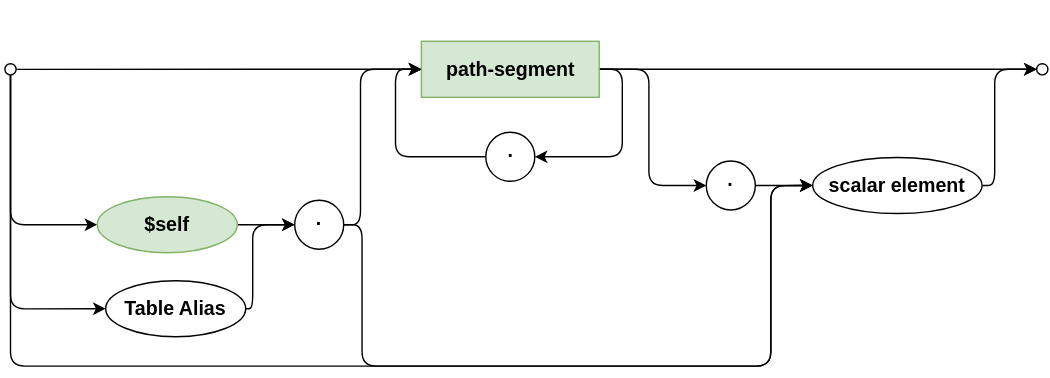
capire/docs keeps this draw.io diagram as assets/cxl/ref.drawio.svg. Above is the earlier version. Source tidied: cells renumbered, new cells last; positions are measured from the earlier drawing's top-left corner, leaving out a move shared by most shapes.
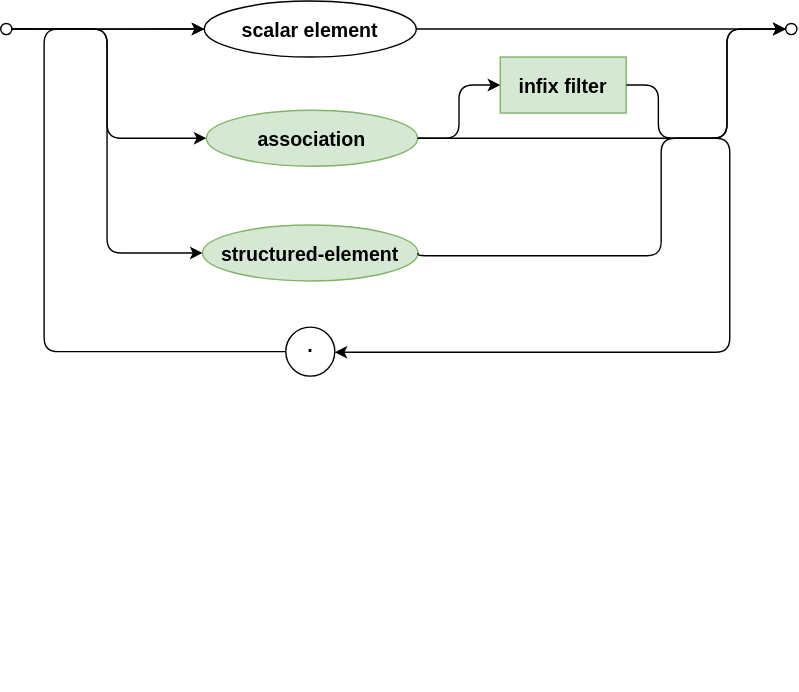
Later version of the same file.

Commit message:
update ref diagram and apply review feedback

The edit, as a diff of the source:
```diff
@@ -3,119 +3,93 @@
     <mxCell id="0" />
     <mxCell id="1" parent="0" />
     <mxCell id="2" value="Best viewed with the &lt;a href=&quot;https://github.com/ariel-bentu/tam-drawio&quot;&gt;TAM plugin&lt;/a&gt;" style="text;html=1;shape=tamPluginMissing;" parent="1" vertex="1">
-      <mxGeometry x="332" width="200" height="25" as="geometry" />
+      <mxGeometry x="268.5" y="497" width="200" height="25" as="geometry" />
     </mxCell>
-    <mxCell id="3" style="edgeStyle=none;html=1;entryX=0;entryY=0.5;entryDx=0;entryDy=0;strokeWidth=1;fontSize=14;verticalAlign=middle;fontStyle=1;textDirection=ltr;" parent="1" edge="1" source="4" target="21">
+    <mxCell id="3" style="edgeStyle=none;html=1;entryX=0;entryY=0.5;entryDx=0;entryDy=0;strokeWidth=1;fontSize=14;verticalAlign=middle;fontStyle=1;textDirection=ltr;" parent="1" edge="1" source="4" target="20">
       <mxGeometry relative="1" as="geometry" />
     </mxCell>
     <mxCell id="4" style="ellipse;whiteSpace=wrap;html=1;strokeWidth=1;fontSize=14;verticalAlign=middle;fontStyle=1;textDirection=ltr;" parent="1" vertex="1">
-      <mxGeometry y="45" width="8" height="8" as="geometry" />
+      <mxGeometry x="-29" y="45" width="8" height="8" as="geometry" />
     </mxCell>
-    <mxCell id="5" style="edgeStyle=none;html=1;exitX=1;exitY=0.5;exitDx=0;exitDy=0;entryX=0;entryY=0.5;entryDx=0;entryDy=0;strokeWidth=1;fontSize=14;verticalAlign=middle;fontStyle=1;textDirection=ltr;" parent="1" edge="1" source="18" target="8">
-      <mxGeometry relative="1" as="geometry" />
-    </mxCell>
-    <mxCell id="6" style="edgeStyle=elbowEdgeStyle;html=1;labelBackgroundColor=none;rounded=1;elbow=vertical;endArrow=classic;endFill=1;align=center;exitX=0.5;exitY=1;exitDx=0;exitDy=0;entryX=0;entryY=0.5;entryDx=0;entryDy=0;strokeWidth=1;fontSize=14;verticalAlign=middle;fontStyle=1;textDirection=ltr;" parent="1" edge="1" source="4" target="18">
-      <mxGeometry relative="1" as="geometry">
-        <Array as="points">
-          <mxPoint x="37" y="160" />
-        </Array>
-      </mxGeometry>
-    </mxCell>
-    <mxCell id="7" style="edgeStyle=none;html=1;entryX=0;entryY=0.5;entryDx=0;entryDy=0;exitX=1;exitY=0.5;exitDx=0;exitDy=0;strokeWidth=1;fontSize=14;verticalAlign=middle;fontStyle=1;textDirection=ltr;" parent="1" edge="1" source="21" target="10">
-      <mxGeometry relative="1" as="geometry" />
-    </mxCell>
-    <mxCell id="8" value="." style="ellipse;whiteSpace=wrap;html=1;fontStyle=1;fontSize=14;verticalAlign=top;spacingBottom=11;strokeWidth=1;textDirection=ltr;spacing=0;" parent="1" vertex="1">
-      <mxGeometry x="207" y="142.5" width="35" height="35" as="geometry" />
-    </mxCell>
-    <mxCell id="9" value="." style="ellipse;whiteSpace=wrap;html=1;fontStyle=1;fontSize=14;verticalAlign=top;spacingBottom=11;strokeWidth=1;textDirection=ltr;spacing=0;" parent="1" vertex="1">
-      <mxGeometry x="343.5" y="94" width="35" height="35" as="geometry" />
-    </mxCell>
     <mxCell id="10" style="ellipse;whiteSpace=wrap;html=1;strokeWidth=1;fontSize=14;verticalAlign=middle;fontStyle=1;textDirection=ltr;" parent="1" vertex="1">
-      <mxGeometry x="737" y="45" width="8" height="8" as="geometry" />
+      <mxGeometry x="532" y="45" width="8" height="8" as="geometry" />
     </mxCell>
-    <mxCell id="11" style="edgeStyle=none;html=1;entryX=0;entryY=0.5;entryDx=0;entryDy=0;exitX=1;exitY=0.5;exitDx=0;exitDy=0;strokeWidth=1;fontSize=14;verticalAlign=middle;fontStyle=1;textDirection=ltr;" parent="1" edge="1" source="12" target="20">
-      <mxGeometry relative="1" as="geometry" />
-    </mxCell>
-    <mxCell id="12" value="." style="ellipse;whiteSpace=wrap;html=1;fontStyle=1;fontSize=14;verticalAlign=top;spacingBottom=11;strokeWidth=1;textDirection=ltr;spacing=0;" parent="1" vertex="1">
-      <mxGeometry x="501" y="114.5" width="35" height="35" as="geometry" />
-    </mxCell>
     <mxCell id="13" style="edgeStyle=elbowEdgeStyle;html=1;labelBackgroundColor=none;rounded=1;elbow=horizontal;endArrow=classic;endFill=1;align=left;exitX=1;exitY=0.5;exitDx=0;exitDy=0;entryX=0;entryY=0.5;entryDx=0;entryDy=0;strokeWidth=1;fontSize=14;verticalAlign=middle;fontStyle=1;textDirection=ltr;" parent="1" edge="1" source="20" target="10">
-      <mxGeometry relative="1" as="geometry">
-        <Array as="points">
-          <mxPoint x="707" y="93" />
-        </Array>
-      </mxGeometry>
+      <mxGeometry relative="1" as="geometry" />
     </mxCell>
-    <mxCell id="14" style="edgeStyle=elbowEdgeStyle;html=1;labelBackgroundColor=none;rounded=1;elbow=horizontal;endArrow=classic;endFill=1;align=left;entryX=0;entryY=0.5;entryDx=0;entryDy=0;exitX=1;exitY=0.5;exitDx=0;exitDy=0;strokeWidth=1;fontSize=14;verticalAlign=middle;fontStyle=1;textDirection=ltr;" parent="1" edge="1" source="19" target="8">
-      <mxGeometry relative="1" as="geometry">
-        <Array as="points">
-          <mxPoint x="177" y="188.5" />
-        </Array>
-      </mxGeometry>
-    </mxCell>
-    <mxCell id="15" style="edgeStyle=elbowEdgeStyle;html=1;labelBackgroundColor=none;rounded=1;elbow=horizontal;endArrow=classic;endFill=1;align=left;exitX=1;exitY=0.5;exitDx=0;exitDy=0;entryX=1;entryY=0.5;entryDx=0;entryDy=0;strokeWidth=1;fontSize=14;verticalAlign=middle;fontStyle=1;textDirection=ltr;" parent="1" edge="1" source="21" target="9">
-      <mxGeometry relative="1" as="geometry">
-        <Array as="points">
-          <mxPoint x="441" y="81" />
-        </Array>
-      </mxGeometry>
-    </mxCell>
-    <mxCell id="16" style="edgeStyle=elbowEdgeStyle;html=1;labelBackgroundColor=none;rounded=1;elbow=horizontal;endArrow=classic;endFill=1;align=left;exitX=0;exitY=0.5;exitDx=0;exitDy=0;entryX=0;entryY=0.5;entryDx=0;entryDy=0;strokeWidth=1;fontSize=14;verticalAlign=middle;fontStyle=1;textDirection=ltr;" parent="1" edge="1" source="9" target="21">
-      <mxGeometry relative="1" as="geometry">
-        <Array as="points">
-          <mxPoint x="279" y="79" />
-        </Array>
-      </mxGeometry>
-    </mxCell>
-    <mxCell id="17" style="edgeStyle=elbowEdgeStyle;html=1;labelBackgroundColor=none;rounded=1;elbow=horizontal;endArrow=classic;endFill=1;align=left;exitX=1;exitY=0.5;exitDx=0;exitDy=0;entryX=0;entryY=0.5;entryDx=0;entryDy=0;strokeWidth=1;fontSize=14;verticalAlign=middle;fontStyle=1;textDirection=ltr;" parent="1" edge="1" source="21" target="12">
-      <mxGeometry relative="1" as="geometry">
-        <Array as="points">
-          <mxPoint x="460" y="92" />
-        </Array>
-      </mxGeometry>
-    </mxCell>
-    <mxCell id="18" value="&lt;span style=&quot;color: rgb(0, 0, 0);&quot;&gt;$self&lt;/span&gt;" style="ellipse;whiteSpace=wrap;html=1;align=center;newEdgeStyle={&quot;edgeStyle&quot;:&quot;entityRelationEdgeStyle&quot;,&quot;startArrow&quot;:&quot;none&quot;,&quot;endArrow&quot;:&quot;none&quot;,&quot;segment&quot;:10,&quot;curved&quot;:1,&quot;sourcePerimeterSpacing&quot;:0,&quot;targetPerimeterSpacing&quot;:0};strokeWidth=1;fontSize=14;verticalAlign=middle;fontStyle=1;textDirection=ltr;fillColor=#d5e8d4;strokeColor=#82b366;" parent="1" vertex="1">
-      <mxGeometry x="66" y="140" width="100" height="40" as="geometry" />
-    </mxCell>
-    <mxCell id="19" value="Table Alias" style="ellipse;whiteSpace=wrap;html=1;align=center;newEdgeStyle={&quot;edgeStyle&quot;:&quot;entityRelationEdgeStyle&quot;,&quot;startArrow&quot;:&quot;none&quot;,&quot;endArrow&quot;:&quot;none&quot;,&quot;segment&quot;:10,&quot;curved&quot;:1,&quot;sourcePerimeterSpacing&quot;:0,&quot;targetPerimeterSpacing&quot;:0};strokeWidth=1;fontSize=14;verticalAlign=middle;fontStyle=1;textDirection=ltr;" parent="1" vertex="1">
-      <mxGeometry x="72" y="200" width="100" height="40" as="geometry" />
-    </mxCell>
-    <object id="20" label="&lt;span style=&quot;color: rgb(0, 0, 0);&quot;&gt;scalar element&lt;/span&gt;" placeholders="1">
-      <mxCell style="ellipse;whiteSpace=wrap;html=1;align=center;newEdgeStyle={&quot;edgeStyle&quot;:&quot;entityRelationEdgeStyle&quot;,&quot;startArrow&quot;:&quot;none&quot;,&quot;endArrow&quot;:&quot;none&quot;,&quot;segment&quot;:10,&quot;curved&quot;:1,&quot;sourcePerimeterSpacing&quot;:0,&quot;targetPerimeterSpacing&quot;:0};strokeWidth=1;fontSize=14;verticalAlign=middle;fontStyle=1;textDirection=ltr;spacing=4;" parent="1" vertex="1">
-        <mxGeometry x="577" y="112" width="121" height="40" as="geometry" />
+    <object id="20" label="scalar element" placeholders="1">
+      <mxCell style="ellipse;align=center;newEdgeStyle={&quot;edgeStyle&quot;:&quot;entityRelationEdgeStyle&quot;,&quot;startArrow&quot;:&quot;none&quot;,&quot;endArrow&quot;:&quot;none&quot;,&quot;segment&quot;:10,&quot;curved&quot;:1,&quot;sourcePerimeterSpacing&quot;:0,&quot;targetPerimeterSpacing&quot;:0};strokeWidth=1;fontSize=14;verticalAlign=middle;fontStyle=1;textDirection=ltr;spacing=4;" parent="1" vertex="1">
+        <mxGeometry x="116.5" y="29" width="151.5" height="40" as="geometry" />
       </mxCell>
     </object>
-    <mxCell id="21" value="path-segment" style="rounded=0;whiteSpace=wrap;html=1;strokeWidth=1;arcSize=37;fontSize=14;verticalAlign=middle;fontStyle=1;textDirection=ltr;fillColor=#d5e8d4;strokeColor=#82b366;" parent="1" vertex="1">
-      <mxGeometry x="297.5" y="29" width="127" height="40" as="geometry" />
-    </mxCell>
-    <mxCell id="22" style="edgeStyle=orthogonalEdgeStyle;rounded=1;jettySize=auto;html=1;exitX=0.5;exitY=1;exitDx=0;exitDy=0;entryX=0;entryY=0.5;entryDx=0;entryDy=0;startArrow=none;startFill=0;endArrow=classic;endFill=1;startSize=6;endSize=6;align=center;fontSize=14;labelBackgroundColor=none;strokeWidth=1;verticalAlign=middle;fontStyle=1;textDirection=ltr;" parent="1" edge="1" source="4" target="19">
-      <mxGeometry relative="1" as="geometry" />
-    </mxCell>
-    <mxCell id="23" style="edgeStyle=orthogonalEdgeStyle;rounded=1;jettySize=auto;html=1;exitX=0.5;exitY=1;exitDx=0;exitDy=0;startArrow=none;startFill=0;endArrow=classic;endFill=1;startSize=6;endSize=6;align=center;fontSize=12;labelBackgroundColor=none;entryX=0;entryY=0.5;entryDx=0;entryDy=0;" parent="1" edge="1" source="4" target="20">
-      <mxGeometry relative="1" as="geometry">
-        <Array as="points">
-          <mxPoint x="4" y="261" />
-          <mxPoint x="547" y="261" />
-        </Array>
-      </mxGeometry>
-    </mxCell>
-    <mxCell id="24" style="edgeStyle=orthogonalEdgeStyle;rounded=1;jettySize=auto;html=1;exitX=1;exitY=0.5;exitDx=0;exitDy=0;entryX=0;entryY=0.5;entryDx=0;entryDy=0;startArrow=none;startFill=0;endArrow=classic;endFill=1;startSize=6;endSize=6;align=center;fontSize=12;labelBackgroundColor=none;" parent="1" edge="1" source="8" target="20">
-      <mxGeometry relative="1" as="geometry">
-        <Array as="points">
-          <mxPoint x="255" y="160" />
-          <mxPoint x="255" y="261" />
-          <mxPoint x="547" y="261" />
-          <mxPoint x="547" y="132" />
-        </Array>
-      </mxGeometry>
-    </mxCell>
-    <mxCell id="25" style="edgeStyle=orthogonalEdgeStyle;rounded=1;jettySize=auto;html=1;exitX=1;exitY=0.5;exitDx=0;exitDy=0;entryX=0;entryY=0.5;entryDx=0;entryDy=0;startArrow=none;startFill=0;endArrow=classic;endFill=1;startSize=6;endSize=6;align=center;fontSize=12;labelBackgroundColor=none;" parent="1" edge="1" source="8" target="21">
-      <mxGeometry relative="1" as="geometry">
-        <Array as="points">
-          <mxPoint x="254" y="160" />
-          <mxPoint x="254" y="49" />
-        </Array>
-      </mxGeometry>
-    </mxCell>
+    <mxCell id="26" value="structured-element" style="ellipse;align=center;newEdgeStyle={&quot;edgeStyle&quot;:&quot;entityRelationEdgeStyle&quot;,&quot;startArrow&quot;:&quot;none&quot;,&quot;endArrow&quot;:&quot;none&quot;,&quot;segment&quot;:10,&quot;curved&quot;:1,&quot;sourcePerimeterSpacing&quot;:0,&quot;targetPerimeterSpacing&quot;:0};fontStyle=1;verticalAlign=middle;fontSize=14;textDirection=ltr;strokeWidth=1;fillColor=#d5e8d4;strokeColor=#82b366;" parent="1" vertex="1">
+      <mxGeometry x="115.2" y="189" width="154" height="40" as="geometry" />
+    </mxCell>
+    <mxCell id="27" value="association" style="ellipse;align=center;newEdgeStyle={&quot;edgeStyle&quot;:&quot;entityRelationEdgeStyle&quot;,&quot;startArrow&quot;:&quot;none&quot;,&quot;endArrow&quot;:&quot;none&quot;,&quot;segment&quot;:10,&quot;curved&quot;:1,&quot;sourcePerimeterSpacing&quot;:0,&quot;targetPerimeterSpacing&quot;:0};fontStyle=1;verticalAlign=middle;fontSize=14;textDirection=ltr;strokeWidth=1;fillColor=#d5e8d4;strokeColor=#82b366;" parent="1" vertex="1">
+      <mxGeometry x="118" y="107" width="151" height="40" as="geometry" />
+    </mxCell>
+    <mxCell id="28" value="infix filter" style="rounded=0;strokeWidth=1;arcSize=37;fontStyle=1;verticalAlign=middle;fontSize=14;textDirection=ltr;fillColor=#d5e8d4;strokeColor=#82b366;" parent="1" vertex="1">
+      <mxGeometry x="328" y="69" width="90" height="40" as="geometry" />
+    </mxCell>
+    <mxCell id="29" style="edgeStyle=orthogonalEdgeStyle;rounded=1;jettySize=auto;exitX=1;exitY=0.5;exitDx=0;exitDy=0;startArrow=none;startFill=0;endArrow=classic;endFill=1;startSize=6;endSize=6;align=center;fontSize=12;labelBackgroundColor=none;entryX=0;entryY=0.5;entryDx=0;entryDy=0;" parent="1" edge="1" source="28" target="10">
+      <mxGeometry relative="1" as="geometry">
+        <Array as="points">
+          <mxPoint x="441" y="89" />
+          <mxPoint x="441" y="127" />
+          <mxPoint x="490" y="127" />
+          <mxPoint x="490" y="49" />
+        </Array>
+      </mxGeometry>
+    </mxCell>
+    <mxCell id="30" style="edgeStyle=orthogonalEdgeStyle;rounded=1;jettySize=auto;html=1;startArrow=none;startFill=0;endArrow=classic;endFill=1;startSize=6;endSize=6;align=center;fontSize=12;labelBackgroundColor=none;entryX=0;entryY=0.5;entryDx=0;entryDy=0;exitX=1;exitY=0.5;exitDx=0;exitDy=0;" parent="1" edge="1" source="4" target="26">
+      <mxGeometry relative="1" as="geometry">
+        <Array as="points">
+          <mxPoint x="47" y="49" />
+          <mxPoint x="47" y="209" />
+        </Array>
+      </mxGeometry>
+    </mxCell>
+    <mxCell id="31" style="edgeStyle=orthogonalEdgeStyle;rounded=1;jettySize=auto;html=1;startArrow=none;startFill=0;endArrow=classic;endFill=1;startSize=6;endSize=6;align=center;fontSize=12;labelBackgroundColor=none;exitX=1;exitY=0.5;exitDx=0;exitDy=0;entryX=0;entryY=0.5;entryDx=0;entryDy=0;" parent="1" edge="1" source="4" target="27">
+      <mxGeometry relative="1" as="geometry">
+        <Array as="points">
+          <mxPoint x="47" y="49" />
+          <mxPoint x="47" y="127" />
+        </Array>
+      </mxGeometry>
+    </mxCell>
+    <mxCell id="32" style="edgeStyle=orthogonalEdgeStyle;rounded=1;jettySize=auto;html=1;exitX=1;exitY=0.5;exitDx=0;exitDy=0;entryX=0;entryY=0.5;entryDx=0;entryDy=0;startArrow=none;startFill=0;endArrow=classic;endFill=1;startSize=6;endSize=6;align=center;fontSize=12;labelBackgroundColor=none;" parent="1" edge="1" source="27" target="28">
+      <mxGeometry relative="1" as="geometry" />
+    </mxCell>
+    <mxCell id="33" style="edgeStyle=orthogonalEdgeStyle;rounded=1;jettySize=auto;html=1;exitX=1;exitY=0.5;exitDx=0;exitDy=0;startArrow=none;startFill=0;endArrow=classic;endFill=1;startSize=6;endSize=6;align=center;fontSize=12;labelBackgroundColor=none;entryX=1;entryY=0.5;entryDx=0;entryDy=0;" parent="1" edge="1" source="27" target="34">
+      <mxGeometry relative="1" as="geometry">
+        <Array as="points">
+          <mxPoint x="492" y="127" />
+          <mxPoint x="492" y="280" />
+          <mxPoint x="210" y="280" />
+        </Array>
+      </mxGeometry>
+    </mxCell>
+    <mxCell id="34" value="." style="ellipse;whiteSpace=wrap;html=1;fontStyle=1;fontSize=14;verticalAlign=top;spacingBottom=11;strokeWidth=1;textDirection=ltr;spacing=0;" parent="1" vertex="1">
+      <mxGeometry x="174.8" y="262" width="35" height="35" as="geometry" />
+    </mxCell>
+    <mxCell id="35" style="edgeStyle=orthogonalEdgeStyle;rounded=1;jettySize=auto;html=1;exitX=0;exitY=0.5;exitDx=0;exitDy=0;entryX=0;entryY=0.5;entryDx=0;entryDy=0;startArrow=none;startFill=0;endArrow=classic;endFill=1;startSize=6;endSize=6;align=center;fontSize=12;labelBackgroundColor=none;" parent="1" edge="1" source="34" target="20">
+      <mxGeometry relative="1" as="geometry">
+        <Array as="points">
+          <mxPoint x="2" y="280" />
+          <mxPoint x="2" y="49" />
+        </Array>
+      </mxGeometry>
+    </mxCell>
+    <mxCell id="36" style="edgeStyle=orthogonalEdgeStyle;rounded=1;jettySize=auto;html=1;exitX=1;exitY=0.5;exitDx=0;exitDy=0;entryX=0;entryY=0.5;entryDx=0;entryDy=0;startArrow=none;startFill=0;endArrow=classic;endFill=1;startSize=6;endSize=6;align=center;fontSize=12;labelBackgroundColor=none;" parent="1" edge="1" source="26" target="10">
+      <mxGeometry relative="1" as="geometry">
+        <Array as="points">
+          <mxPoint x="269" y="211" />
+          <mxPoint x="443" y="211" />
+          <mxPoint x="443" y="127" />
+          <mxPoint x="490" y="127" />
+          <mxPoint x="490" y="49" />
+        </Array>
+      </mxGeometry>
+    </mxCell>
   </root>
 </mxGraphModel>
```
